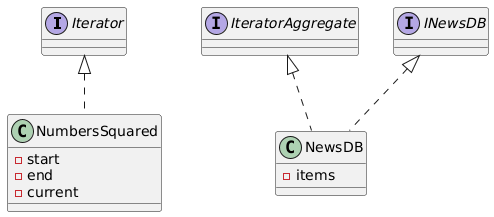
Above: lab4/uml.png in cvrsxxdcrown/web4 (PlantUML), before the change. The source it was exported from:
```plantuml
@startuml
interface Iterator
interface IteratorAggregate
interface INewsDB

class NumbersSquared {
  - start
  - end
  - current
}

class NewsDB {
  - items
}

Iterator <|.. NumbersSquared
IteratorAggregate <|.. NewsDB
INewsDB <|.. NewsDB
@enduml
```
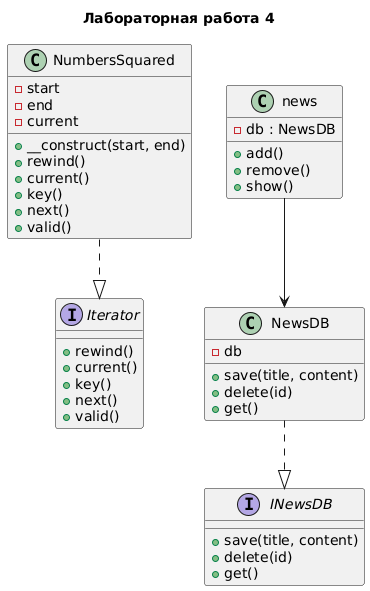
After the commit.

What changed in the source:
```diff
@@ -1,19 +1,47 @@
 @startuml
-interface Iterator
-interface IteratorAggregate
-interface INewsDB
+title Лабораторная работа 4
+
+interface Iterator {
+  + rewind()
+  + current()
+  + key()
+  + next()
+  + valid()
+}
 
 class NumbersSquared {
   - start
   - end
   - current
+  + __construct(start, end)
+  + rewind()
+  + current()
+  + key()
+  + next()
+  + valid()
+}
+
+interface INewsDB {
+  + save(title, content)
+  + delete(id)
+  + get()
 }
 
 class NewsDB {
-  - items
+  - db
+  + save(title, content)
+  + delete(id)
+  + get()
 }
 
-Iterator <|.. NumbersSquared
-IteratorAggregate <|.. NewsDB
-INewsDB <|.. NewsDB
+class news {
+  - db : NewsDB
+  + add()
+  + remove()
+  + show()
+}
+
+NumbersSquared ..|> Iterator
+NewsDB ..|> INewsDB
+news --> NewsDB
 @enduml
```
